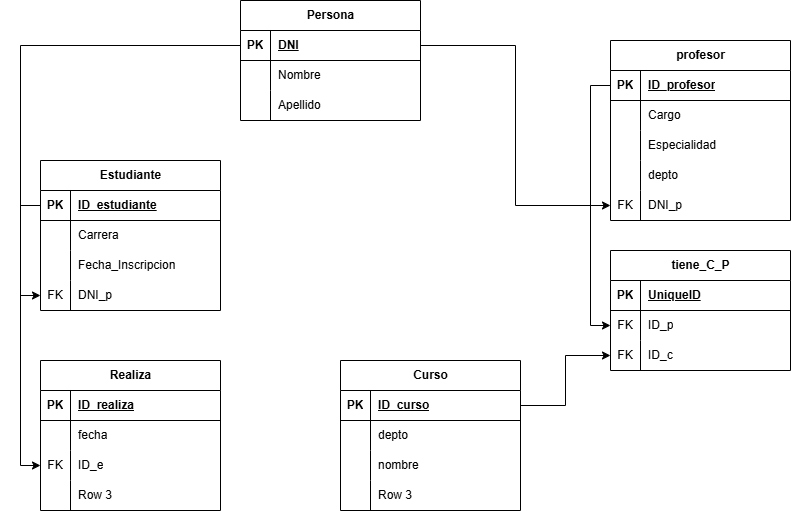
This is Diagramas_E_R/Diagrama_actividad_3.drawio.png from Gabitoto/Bases-de-Datos, a draw.io export, as it was before one commit. Source tidied: cells renumbered, new cells last; positions are measured from the earlier drawing's top-left corner, leaving out a move shared by most shapes.
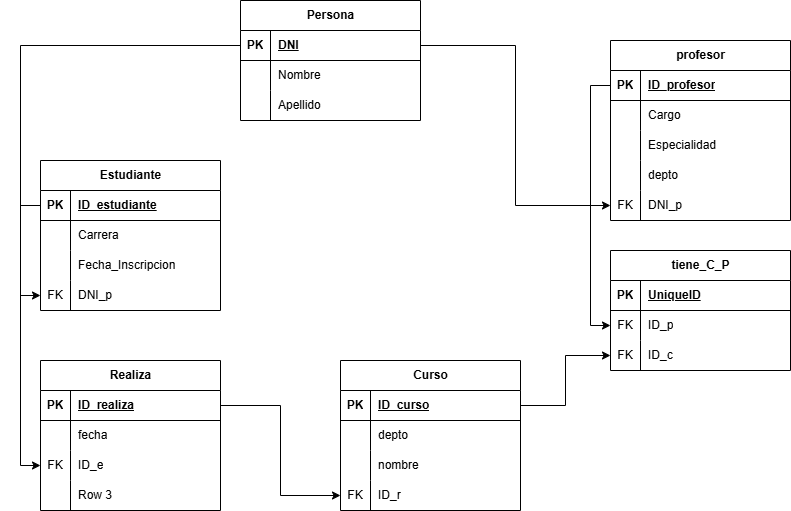
Later version of the same file.

Diff of the diagram source:
```diff
@@ -200,10 +200,10 @@
     <mxCell id="67" style="shape=tableRow;horizontal=0;startSize=0;swimlaneHead=0;swimlaneBody=0;fillColor=none;points=[[0,0.5],[1,0.5]];portConstraint=eastwest;top=0;left=0;right=0;bottom=0;" parent="57" vertex="1">
       <mxGeometry y="120" width="180" height="30" as="geometry" />
     </mxCell>
-    <mxCell id="68" style="shape=partialRectangle;fillColor=none;top=0;left=0;bottom=0;right=0;overflow=hidden;whiteSpace=wrap;html=1;" parent="67" vertex="1">
+    <mxCell id="68" value="FK" style="shape=partialRectangle;fillColor=none;top=0;left=0;bottom=0;right=0;overflow=hidden;whiteSpace=wrap;html=1;" parent="67" vertex="1">
       <mxGeometry width="30" height="30" as="geometry" />
     </mxCell>
-    <mxCell id="69" value="Row 3" style="shape=partialRectangle;fillColor=none;top=0;left=0;bottom=0;right=0;align=left;spacingLeft=6;overflow=hidden;whiteSpace=wrap;html=1;" parent="67" vertex="1">
+    <mxCell id="69" value="ID_r" style="shape=partialRectangle;fillColor=none;top=0;left=0;bottom=0;right=0;align=left;spacingLeft=6;overflow=hidden;whiteSpace=wrap;html=1;" parent="67" vertex="1">
       <mxGeometry x="30" width="150" height="30" as="geometry" />
     </mxCell>
     <mxCell id="70" value="tiene_C_P" style="shape=table;startSize=30;rowLines=0;fontStyle=1;align=center;html=1;" parent="1" vertex="1">
@@ -245,5 +245,8 @@
     <mxCell id="82" style="edgeStyle=orthogonalEdgeStyle;rounded=0;jettySize=auto;html=1;exitX=0;exitY=0.5;exitDx=0;exitDy=0;entryX=0;entryY=0.5;entryDx=0;entryDy=0;" parent="1" edge="1" source="14" target="51">
       <mxGeometry relative="1" as="geometry" />
     </mxCell>
+    <mxCell id="83" style="edgeStyle=orthogonalEdgeStyle;rounded=0;jettySize=auto;html=1;exitX=1;exitY=0.5;exitDx=0;exitDy=0;entryX=0;entryY=0.5;entryDx=0;entryDy=0;" parent="1" edge="1" source="45" target="67">
+      <mxGeometry relative="1" as="geometry" />
+    </mxCell>
   </root>
 </mxGraphModel>
```
